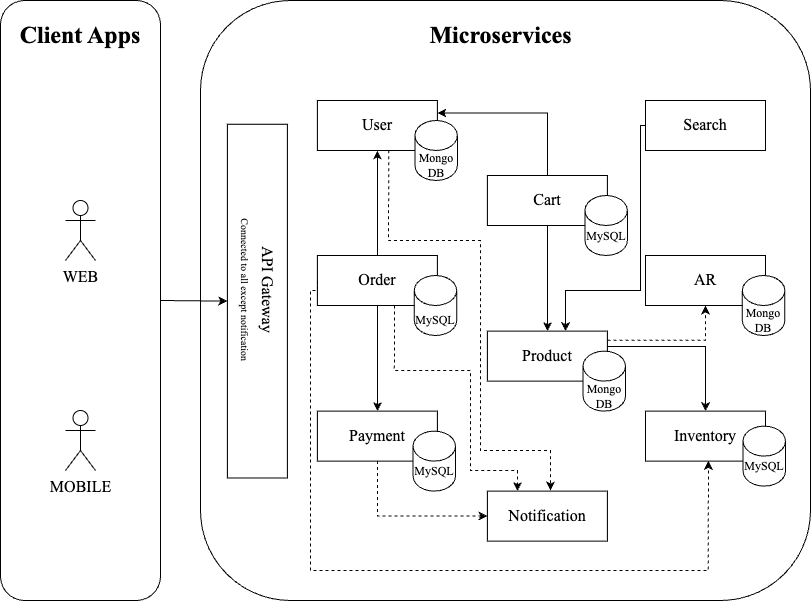
Earlier version of the draw.io export docs/Microservice_Architecture.png (Swetha53/NovaMart). Source tidied: cells renumbered, new cells last; positions are measured from the earlier drawing's top-left corner, leaving out a move shared by most shapes.
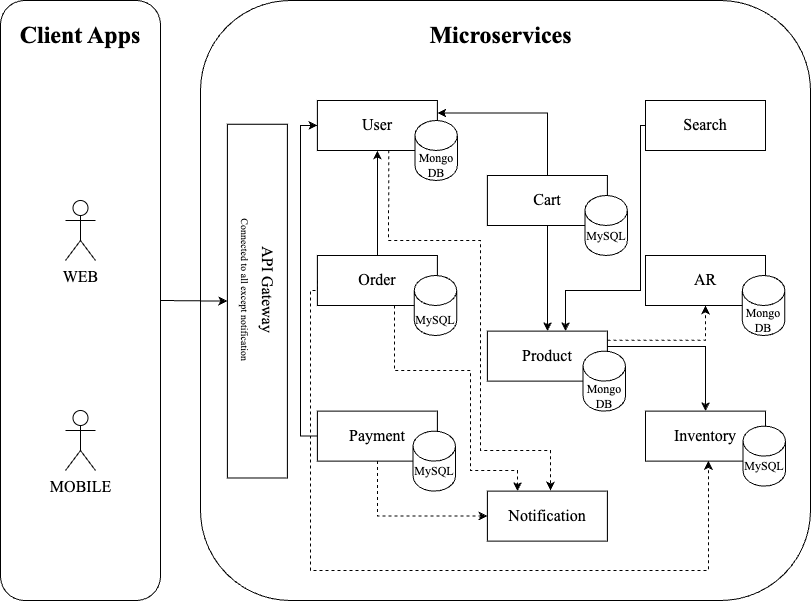
Later version of the same file.

What changed in the source:
```diff
@@ -167,9 +167,6 @@
     <mxCell id="48" style="endArrow=classic;html=1;rounded=0;exitX=0.5;exitY=1;exitDx=0;exitDy=0;entryX=0.5;entryY=0;entryDx=0;entryDy=0;" parent="1" edge="1" source="14" target="12">
       <mxGeometry relative="1" as="geometry" />
     </mxCell>
-    <mxCell id="49" style="endArrow=classic;html=1;rounded=0;exitX=0.5;exitY=1;exitDx=0;exitDy=0;entryX=0.5;entryY=0;entryDx=0;entryDy=0;" parent="1" edge="1" source="18" target="16">
-      <mxGeometry relative="1" as="geometry" />
-    </mxCell>
     <mxCell id="50" style="endArrow=classic;html=1;rounded=0;exitX=0.5;exitY=1;exitDx=0;exitDy=0;entryX=0;entryY=0.5;entryDx=0;entryDy=0;dashed=1;edgeStyle=orthogonalEdgeStyle;" parent="1" edge="1" source="16" target="24">
       <mxGeometry relative="1" as="geometry" />
     </mxCell>
@@ -196,5 +193,13 @@
     <mxCell id="53" style="endArrow=classic;html=1;rounded=0;exitX=1;exitY=0.5;exitDx=0;exitDy=0;entryX=0.5;entryY=1;entryDx=0;entryDy=0;" parent="1" edge="1" source="3" target="8">
       <mxGeometry relative="1" as="geometry" />
     </mxCell>
+    <mxCell id="54" style="endArrow=classic;html=1;rounded=0;exitX=0;exitY=0.5;exitDx=0;exitDy=0;entryX=0;entryY=0.5;entryDx=0;entryDy=0;edgeStyle=orthogonalEdgeStyle;" parent="1" edge="1" source="16" target="10">
+      <mxGeometry relative="1" as="geometry">
+        <Array as="points">
+          <mxPoint x="300" y="436" />
+          <mxPoint x="300" y="125" />
+        </Array>
+      </mxGeometry>
+    </mxCell>
   </root>
 </mxGraphModel>
```
